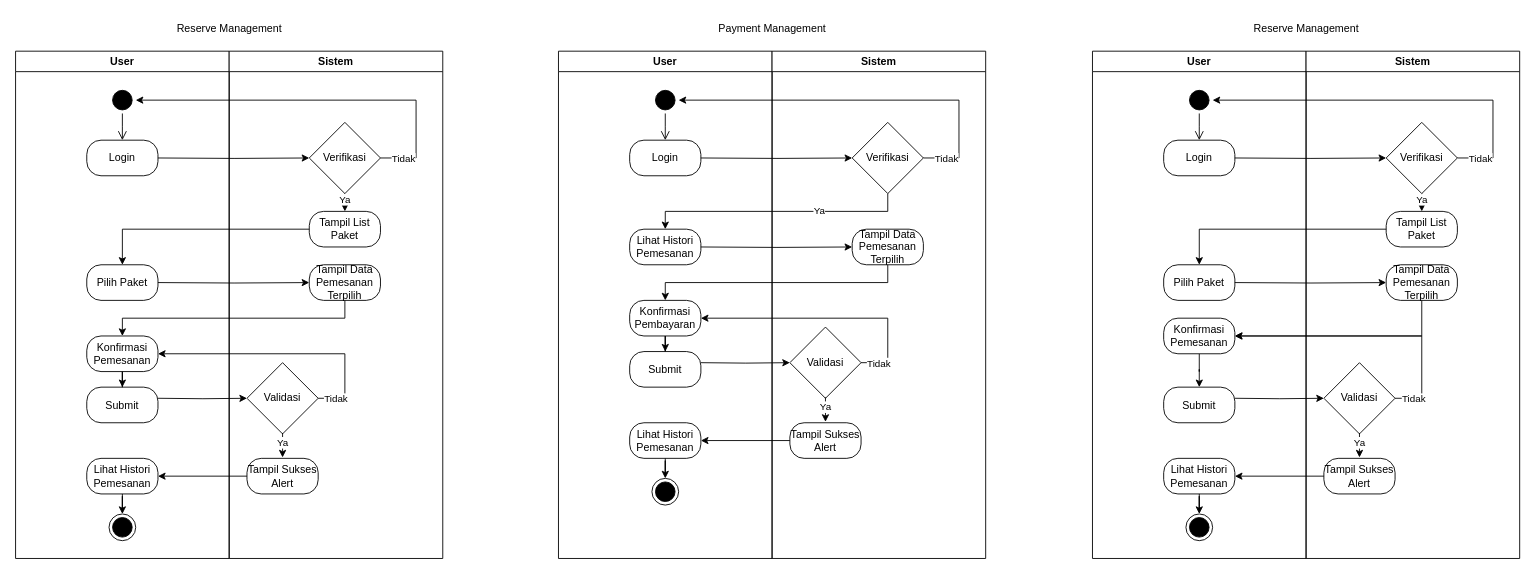
Earlier version of the draw.io diagram Activity Diagram User.drawio (wepro-v/asset). Source tidied: cells renumbered, new cells numbered last; positions are measured from the earlier drawing's top-left corner, leaving out a move shared by most shapes. Both pictures are drawn from the tidied source at 89%, with x=0, y=0 at pixel (15, 15).
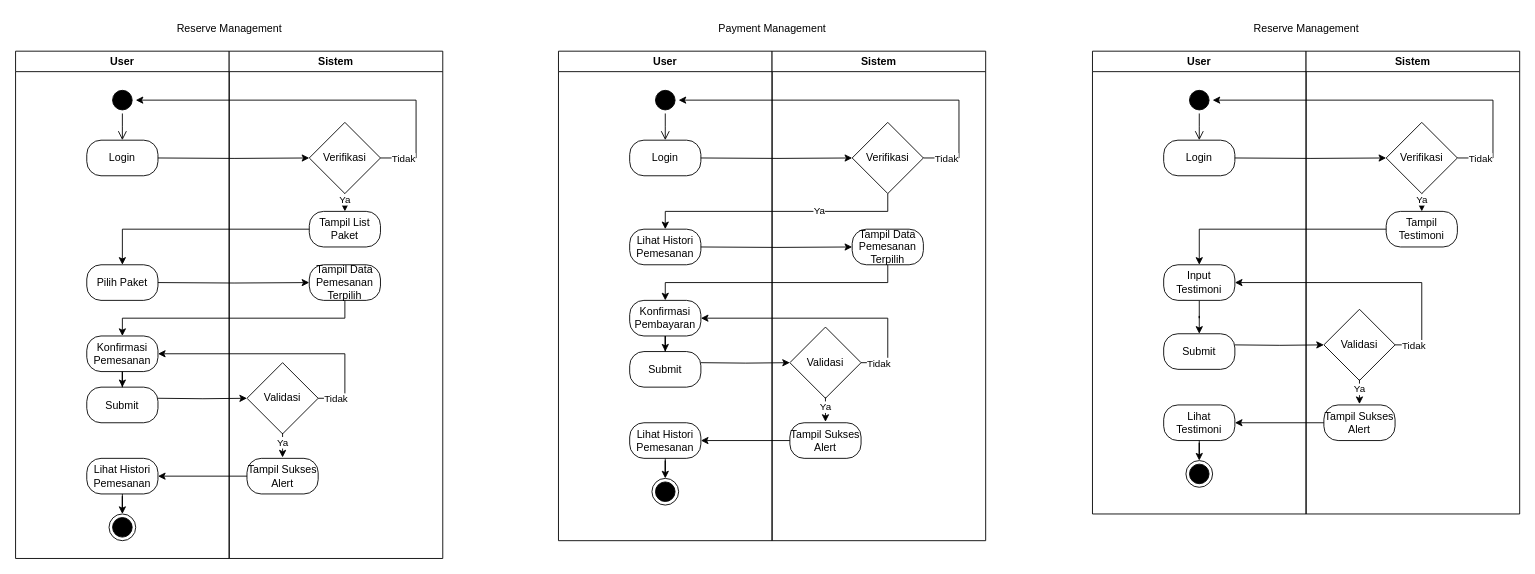
After the change.

Change to the diagram source:
```diff
@@
     <mxCell id="33" value="User" style="swimlane;whiteSpace=wrap;startSize=23;" parent="1" vertex="1">
-      <mxGeometry x="610" y="40" width="240" height="570" as="geometry" />
+      <mxGeometry x="610" y="40" width="240" height="550" as="geometry" />
     </mxCell>
@@
     <mxCell id="45" value="Sistem" style="swimlane;whiteSpace=wrap;startSize=23;" parent="1" vertex="1">
-      <mxGeometry x="850" y="40" width="240" height="570" as="geometry" />
+      <mxGeometry x="850" y="40" width="240" height="550" as="geometry" />
     </mxCell>
@@
     <mxCell id="61" value="User" style="swimlane;whiteSpace=wrap;" parent="1" vertex="1">
-      <mxGeometry x="1210" y="40" width="240" height="570" as="geometry" />
+      <mxGeometry x="1210" y="40" width="240" height="520" as="geometry" />
     </mxCell>
@@
-    <mxCell id="66" value="Pilih Paket" style="rounded=1;whiteSpace=wrap;html=1;arcSize=40;fontColor=#000000;fillColor=#FFFFFF;strokeColor=#000000;" parent="61" vertex="1">
-      <mxGeometry x="80" y="240" width="80" height="40" as="geometry" />
-    </mxCell>
@@
-    <mxCell id="68" value="Konfirmasi Pemesanan" style="rounded=1;whiteSpace=wrap;html=1;arcSize=40;fontColor=#000000;fillColor=#FFFFFF;strokeColor=#000000;" parent="61" vertex="1">
-      <mxGeometry x="80" y="300" width="80" height="40" as="geometry" />
+    <mxCell id="68" value="Input Testimoni" style="rounded=1;whiteSpace=wrap;html=1;arcSize=40;fontColor=#000000;fillColor=#FFFFFF;strokeColor=#000000;" parent="61" vertex="1">
+      <mxGeometry x="80" y="240" width="80" height="40" as="geometry" />
     </mxCell>
     <mxCell id="69" value="Submit" style="rounded=1;whiteSpace=wrap;html=1;arcSize=40;fontColor=#000000;fillColor=#FFFFFF;strokeColor=#000000;" parent="61" vertex="1">
-      <mxGeometry x="80" y="377.5" width="80" height="40" as="geometry" />
+      <mxGeometry x="80" y="317.5" width="80" height="40" as="geometry" />
     </mxCell>
-    <mxCell id="70" value="Lihat Histori Pemesanan" style="rounded=1;whiteSpace=wrap;html=1;arcSize=40;fontColor=#000000;fillColor=#FFFFFF;strokeColor=#000000;" parent="61" vertex="1">
-      <mxGeometry x="80" y="457.5" width="80" height="40" as="geometry" />
+    <mxCell id="70" value="Lihat Testimoni" style="rounded=1;whiteSpace=wrap;html=1;arcSize=40;fontColor=#000000;fillColor=#FFFFFF;strokeColor=#000000;" parent="61" vertex="1">
+      <mxGeometry x="80" y="397.5" width="80" height="40" as="geometry" />
     </mxCell>
     <mxCell id="71" style="ellipse;shape=endState;fillColor=#000000;strokeColor=#000000;" parent="61" vertex="1">
-      <mxGeometry x="105" y="520" width="30" height="30" as="geometry" />
+      <mxGeometry x="105" y="460" width="30" height="30" as="geometry" />
     </mxCell>
@@
     <mxCell id="73" value="Sistem" style="swimlane;whiteSpace=wrap;startSize=23;" parent="1" vertex="1">
-      <mxGeometry x="1450" y="40" width="240" height="570" as="geometry" />
+      <mxGeometry x="1450" y="40" width="240" height="520" as="geometry" />
     </mxCell>
@@
     <mxCell id="76" value="Validasi" style="rhombus;whiteSpace=wrap;html=1;" parent="73" vertex="1">
-      <mxGeometry x="20" y="350" width="80" height="80" as="geometry" />
+      <mxGeometry x="20" y="290" width="80" height="80" as="geometry" />
     </mxCell>
-    <mxCell id="77" value="Tampil List Paket" style="rounded=1;whiteSpace=wrap;html=1;arcSize=40;fontColor=#000000;fillColor=#FFFFFF;strokeColor=#000000;" parent="73" vertex="1">
+    <mxCell id="77" value="Tampil Testimoni" style="rounded=1;whiteSpace=wrap;html=1;arcSize=40;fontColor=#000000;fillColor=#FFFFFF;strokeColor=#000000;" parent="73" vertex="1">
       <mxGeometry x="90" y="180" width="80" height="40" as="geometry" />
     </mxCell>
-    <mxCell id="78" value="Tampil Data Pemesanan Terpilih" style="rounded=1;whiteSpace=wrap;html=1;arcSize=40;fontColor=#000000;fillColor=#FFFFFF;strokeColor=#000000;" parent="73" vertex="1">
-      <mxGeometry x="90" y="240" width="80" height="40" as="geometry" />
-    </mxCell>
     <mxCell id="79" value="Ya" style="edgeStyle=orthogonalEdgeStyle;rounded=0;orthogonalLoop=1;jettySize=auto;html=1;" parent="73" edge="1">
       <mxGeometry x="-0.2" relative="1" as="geometry">
-        <mxPoint x="60" y="429" as="sourcePoint" />
-        <mxPoint x="60" y="456.5" as="targetPoint" />
+        <mxPoint x="60" y="369" as="sourcePoint" />
+        <mxPoint x="60" y="396.5" as="targetPoint" />
       </mxGeometry>
     </mxCell>
     <mxCell id="80" value="Tampil Sukses Alert" style="rounded=1;whiteSpace=wrap;html=1;arcSize=40;fontColor=#000000;fillColor=#FFFFFF;strokeColor=#000000;" parent="73" vertex="1">
-      <mxGeometry x="20" y="457.5" width="80" height="40" as="geometry" />
+      <mxGeometry x="20" y="397.5" width="80" height="40" as="geometry" />
     </mxCell>
@@
-    <mxCell id="84" style="edgeStyle=orthogonalEdgeStyle;rounded=0;jettySize=auto;html=1;entryX=0;entryY=0.5;entryDx=0;entryDy=0;" parent="1" edge="1" target="78">
-      <mxGeometry relative="1" as="geometry">
-        <mxPoint x="1370" y="300" as="sourcePoint" />
-      </mxGeometry>
-    </mxCell>
@@
     <mxCell id="87" style="edgeStyle=orthogonalEdgeStyle;rounded=0;jettySize=auto;html=1;" parent="1" edge="1" target="76">
       <mxGeometry relative="1" as="geometry">
-        <mxPoint x="1370" y="430" as="sourcePoint" />
+        <mxPoint x="1370" y="370" as="sourcePoint" />
       </mxGeometry>
     </mxCell>
-    <mxCell id="88" style="edgeStyle=orthogonalEdgeStyle;rounded=0;jettySize=auto;html=1;entryX=1;entryY=0.5;entryDx=0;entryDy=0;exitX=0.5;exitY=1;exitDx=0;exitDy=0;" parent="1" edge="1" source="78" target="68">
-      <mxGeometry relative="1" as="geometry" />
-    </mxCell>
     <mxCell id="89" style="edgeStyle=orthogonalEdgeStyle;rounded=0;jettySize=auto;html=1;entryX=1;entryY=0.5;entryDx=0;entryDy=0;exitX=1;exitY=0.5;exitDx=0;exitDy=0;" parent="1" edge="1" source="76" target="68">
       <mxGeometry relative="1" as="geometry">
         <Array as="points">
-          <mxPoint x="1580" y="430" />
-          <mxPoint x="1580" y="360" />
+          <mxPoint x="1580" y="370" />
+          <mxPoint x="1580" y="300" />
         </Array>
       </mxGeometry>
     </mxCell>
```
